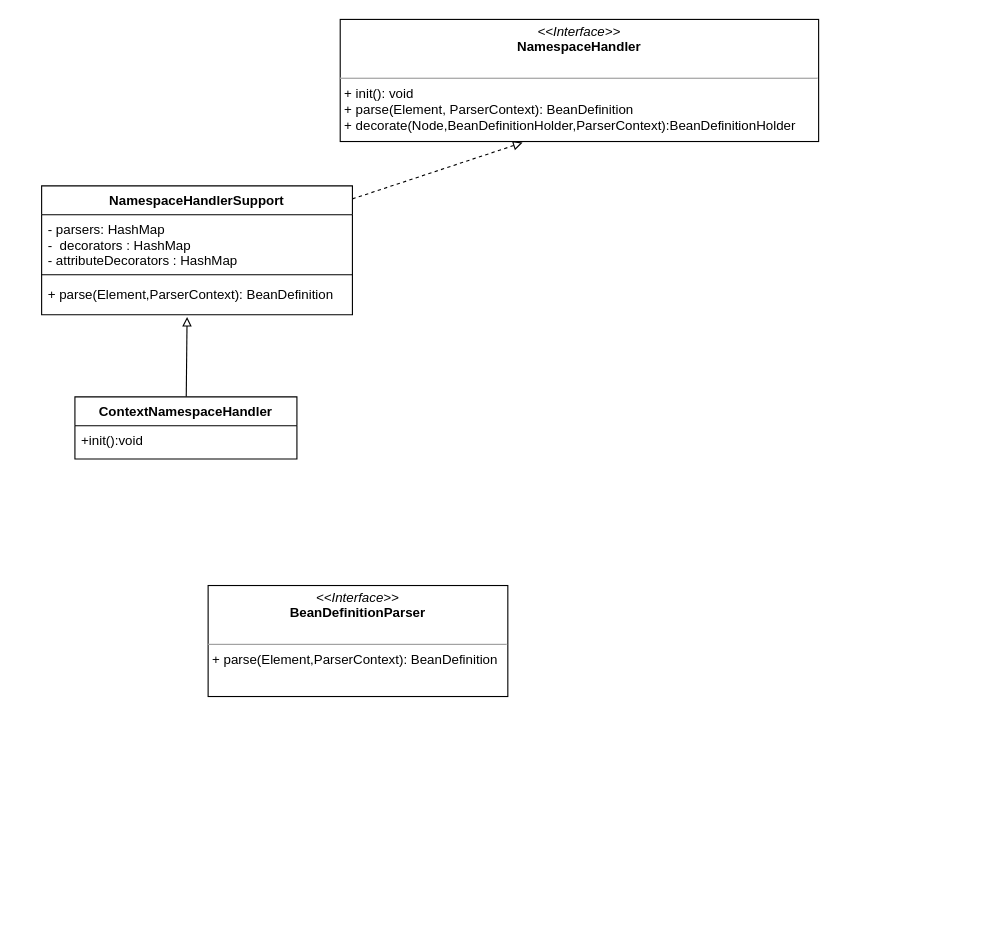
This is diagrams/springframework2.drawio from arxobject/spring_analysis, a draw.io file, before an edit. Source tidied: cells renumbered, new cells numbered last; positions are measured from the earlier drawing's top-left corner, leaving out a move shared by most shapes. Both pictures are drawn from the tidied source at 111%, with x=0, y=0 at pixel (41, 19).
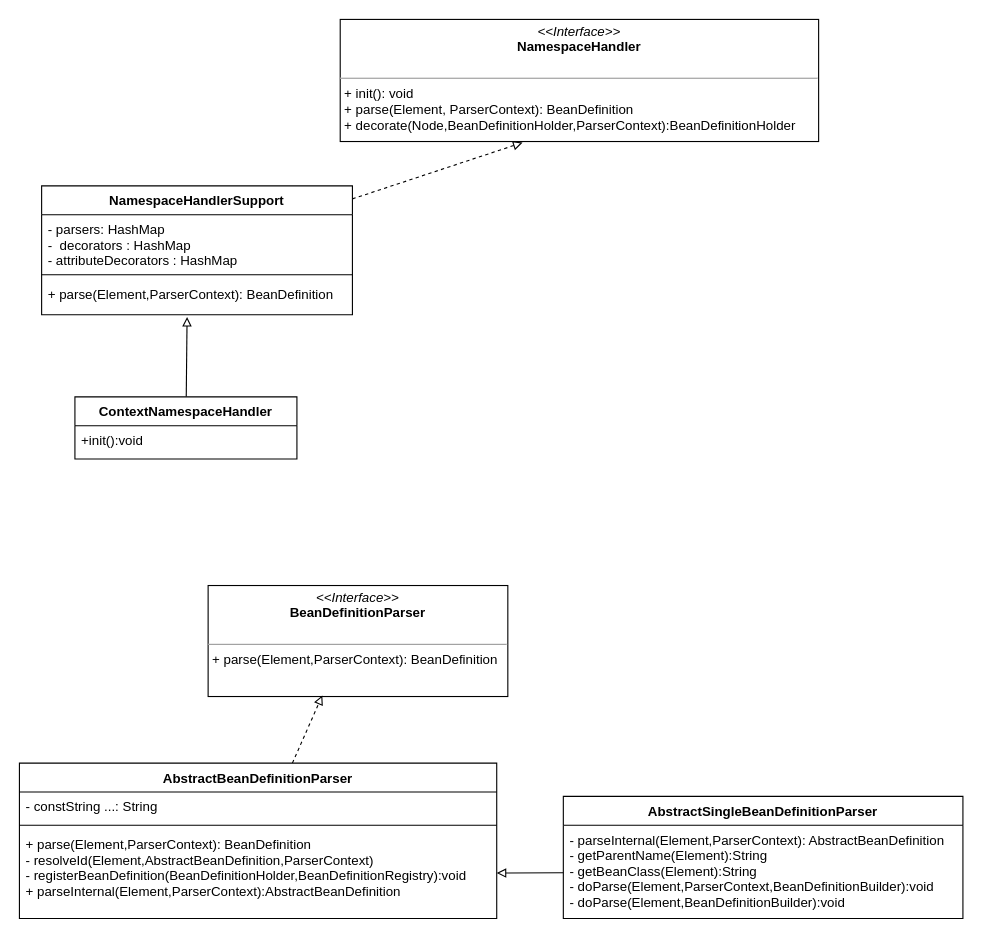
Above is the later version.

The edit, as a diff of the source:
```diff
@@
 <mxGraphModel>
   <root>
     <mxCell id="0" />
     <mxCell id="1" parent="0" />
     <mxCell id="2" value="&lt;p style=&quot;margin: 0px ; margin-top: 4px ; text-align: center&quot;&gt;&lt;i&gt;&amp;lt;&amp;lt;Interface&amp;gt;&amp;gt;&lt;/i&gt;&lt;br&gt;&lt;b&gt;NamespaceHandler&lt;/b&gt;&lt;br&gt;&lt;/p&gt;&lt;p style=&quot;margin: 0px ; margin-left: 4px&quot;&gt;&lt;br&gt;&lt;/p&gt;&lt;hr size=&quot;1&quot;&gt;&lt;p style=&quot;margin: 0px ; margin-left: 4px&quot;&gt;+ init(): void&lt;br&gt;+ parse(Element, ParserContext): BeanDefinition&lt;/p&gt;&lt;p style=&quot;margin: 0px ; margin-left: 4px&quot;&gt;+ decorate(Node,BeanDefinitionHolder,ParserContext):BeanDefinitionHolder&lt;/p&gt;" style="verticalAlign=top;align=left;overflow=fill;fontSize=12;fontFamily=Helvetica;html=1;" parent="1" vertex="1">
       <mxGeometry x="269" width="431" height="110" as="geometry" />
     </mxCell>
     <mxCell id="3" style="rounded=0;jettySize=auto;html=1;entryX=0.381;entryY=1.009;entryDx=0;entryDy=0;entryPerimeter=0;dashed=1;endArrow=block;endFill=0;" parent="1" edge="1" source="4" target="2">
       <mxGeometry relative="1" as="geometry" />
     </mxCell>
     <mxCell id="4" value="NamespaceHandlerSupport" style="swimlane;fontStyle=1;align=center;verticalAlign=top;horizontal=1;startSize=26;" parent="1" vertex="1">
       <mxGeometry y="150" width="280" height="116" as="geometry" />
     </mxCell>
     <mxCell id="5" value="- parsers: HashMap&#10;-  decorators : HashMap&#10;- attributeDecorators : HashMap" style="text;strokeColor=none;fillColor=none;align=left;verticalAlign=top;spacingLeft=4;spacingRight=4;overflow=hidden;" parent="4" vertex="1">
       <mxGeometry y="26" width="280" height="50" as="geometry" />
     </mxCell>
     <mxCell id="6" style="line;strokeWidth=1;fillColor=none;align=left;verticalAlign=middle;spacingTop=-1;spacingLeft=3;spacingRight=3;labelPosition=right;" parent="4" vertex="1">
       <mxGeometry y="76" width="280" height="8" as="geometry" />
     </mxCell>
     <mxCell id="7" value="+ parse(Element,ParserContext): BeanDefinition" style="text;strokeColor=none;fillColor=none;align=left;verticalAlign=top;spacingLeft=4;spacingRight=4;overflow=hidden;points=[[0,0.5],[1,0.5]];portConstraint=eastwest;" parent="4" vertex="1">
       <mxGeometry y="84" width="280" height="32" as="geometry" />
     </mxCell>
     <mxCell id="8" style="edgeStyle=none;rounded=0;jettySize=auto;html=1;entryX=0.468;entryY=1.063;entryDx=0;entryDy=0;entryPerimeter=0;endArrow=block;endFill=0;" parent="1" edge="1" source="9" target="7">
       <mxGeometry relative="1" as="geometry" />
     </mxCell>
     <mxCell id="9" value="ContextNamespaceHandler" style="swimlane;fontStyle=1;align=center;verticalAlign=top;horizontal=1;startSize=26;" parent="1" vertex="1">
       <mxGeometry x="30" y="340" width="200" height="56" as="geometry" />
     </mxCell>
     <mxCell id="10" value="+init():void" style="text;strokeColor=none;fillColor=none;align=left;verticalAlign=top;spacingLeft=4;spacingRight=4;overflow=hidden;" parent="9" vertex="1">
       <mxGeometry y="26" width="200" height="30" as="geometry" />
     </mxCell>
     <mxCell id="11" value="&lt;p style=&quot;margin: 0px ; margin-top: 4px ; text-align: center&quot;&gt;&lt;i&gt;&amp;lt;&amp;lt;Interface&amp;gt;&amp;gt;&lt;/i&gt;&lt;br&gt;&lt;b&gt;BeanDefinitionParser&lt;/b&gt;&lt;br&gt;&lt;/p&gt;&lt;p style=&quot;margin: 0px ; margin-left: 4px&quot;&gt;&lt;br&gt;&lt;/p&gt;&lt;hr size=&quot;1&quot;&gt;&lt;p style=&quot;margin: 0px ; margin-left: 4px&quot;&gt;+ parse(Element,ParserContext):&amp;nbsp;BeanDefinition&lt;br&gt;&lt;/p&gt;" style="verticalAlign=top;align=left;overflow=fill;fontSize=12;fontFamily=Helvetica;html=1;" parent="1" vertex="1">
       <mxGeometry x="150" y="510" width="270" height="100" as="geometry" />
     </mxCell>
+    <mxCell id="12" style="edgeStyle=none;rounded=0;jettySize=auto;html=1;entryX=0.381;entryY=0.99;entryDx=0;entryDy=0;entryPerimeter=0;endArrow=block;endFill=0;dashed=1;" parent="1" edge="1" source="13" target="11">
+      <mxGeometry relative="1" as="geometry" />
+    </mxCell>
+    <mxCell id="13" value="AbstractBeanDefinitionParser" style="swimlane;fontStyle=1;align=center;verticalAlign=top;horizontal=1;startSize=26;" parent="1" vertex="1">
+      <mxGeometry x="-20" y="670" width="430" height="140" as="geometry" />
+    </mxCell>
+    <mxCell id="14" value="- constString ...: String" style="text;strokeColor=none;fillColor=none;align=left;verticalAlign=top;spacingLeft=4;spacingRight=4;overflow=hidden;" parent="13" vertex="1">
+      <mxGeometry y="26" width="430" height="26" as="geometry" />
+    </mxCell>
+    <mxCell id="15" style="line;strokeWidth=1;fillColor=none;align=left;verticalAlign=middle;spacingTop=-1;spacingLeft=3;spacingRight=3;labelPosition=right;" parent="13" vertex="1">
+      <mxGeometry y="52" width="430" height="8" as="geometry" />
+    </mxCell>
+    <mxCell id="16" value="+ parse(Element,ParserContext): BeanDefinition&#10;- resolveId(Element,AbstractBeanDefinition,ParserContext)&#10;- registerBeanDefinition(BeanDefinitionHolder,BeanDefinitionRegistry):void&#10;+ parseInternal(Element,ParserContext):AbstractBeanDefinition" style="text;strokeColor=none;fillColor=none;align=left;verticalAlign=top;spacingLeft=4;spacingRight=4;overflow=hidden;points=[[0,0.5],[1,0.5]];portConstraint=eastwest;" parent="13" vertex="1">
+      <mxGeometry y="60" width="430" height="80" as="geometry" />
+    </mxCell>
+    <mxCell id="17" value="AbstractSingleBeanDefinitionParser" style="swimlane;fontStyle=1;align=center;verticalAlign=top;horizontal=1;startSize=26;" parent="1" vertex="1">
+      <mxGeometry x="470" y="700" width="360" height="110" as="geometry" />
+    </mxCell>
+    <mxCell id="18" value="- parseInternal(Element,ParserContext): AbstractBeanDefinition&#10;- getParentName(Element):String&#10;- getBeanClass(Element):String&#10;- doParse(Element,ParserContext,BeanDefinitionBuilder):void&#10;- doParse(Element,BeanDefinitionBuilder):void" style="text;strokeColor=none;fillColor=none;align=left;verticalAlign=top;spacingLeft=4;spacingRight=4;overflow=hidden;points=[[0,0.5],[1,0.5]];portConstraint=eastwest;" parent="17" vertex="1">
+      <mxGeometry y="26" width="360" height="84" as="geometry" />
+    </mxCell>
+    <mxCell id="19" style="edgeStyle=none;rounded=0;jettySize=auto;html=1;endArrow=block;endFill=0;" parent="1" edge="1" source="18" target="16">
+      <mxGeometry relative="1" as="geometry" />
+    </mxCell>
   </root>
 </mxGraphModel>
```
